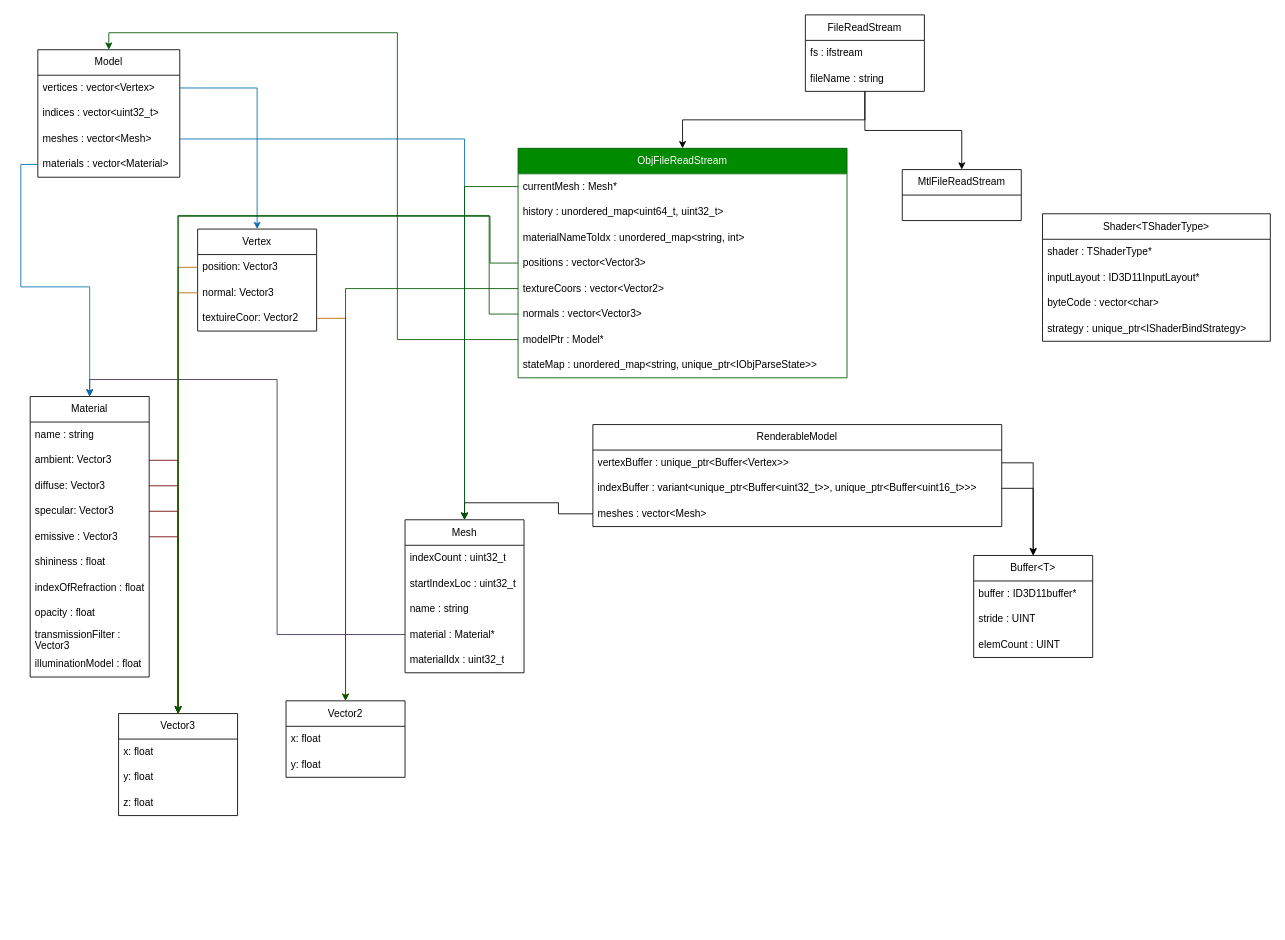
Earlier version of the draw.io diagram VisualAlgorithmCore/docs/VisualAlgorithmCore_구조도.drawio.xml (Ushio-Hayase/VisualAlgorithm). Source tidied: cells renumbered, new cells numbered last; positions are measured from the earlier drawing's top-left corner, leaving out a move shared by most shapes. Both pictures are drawn from the tidied source at 85%, with x=0, y=0 at pixel (30, 14).
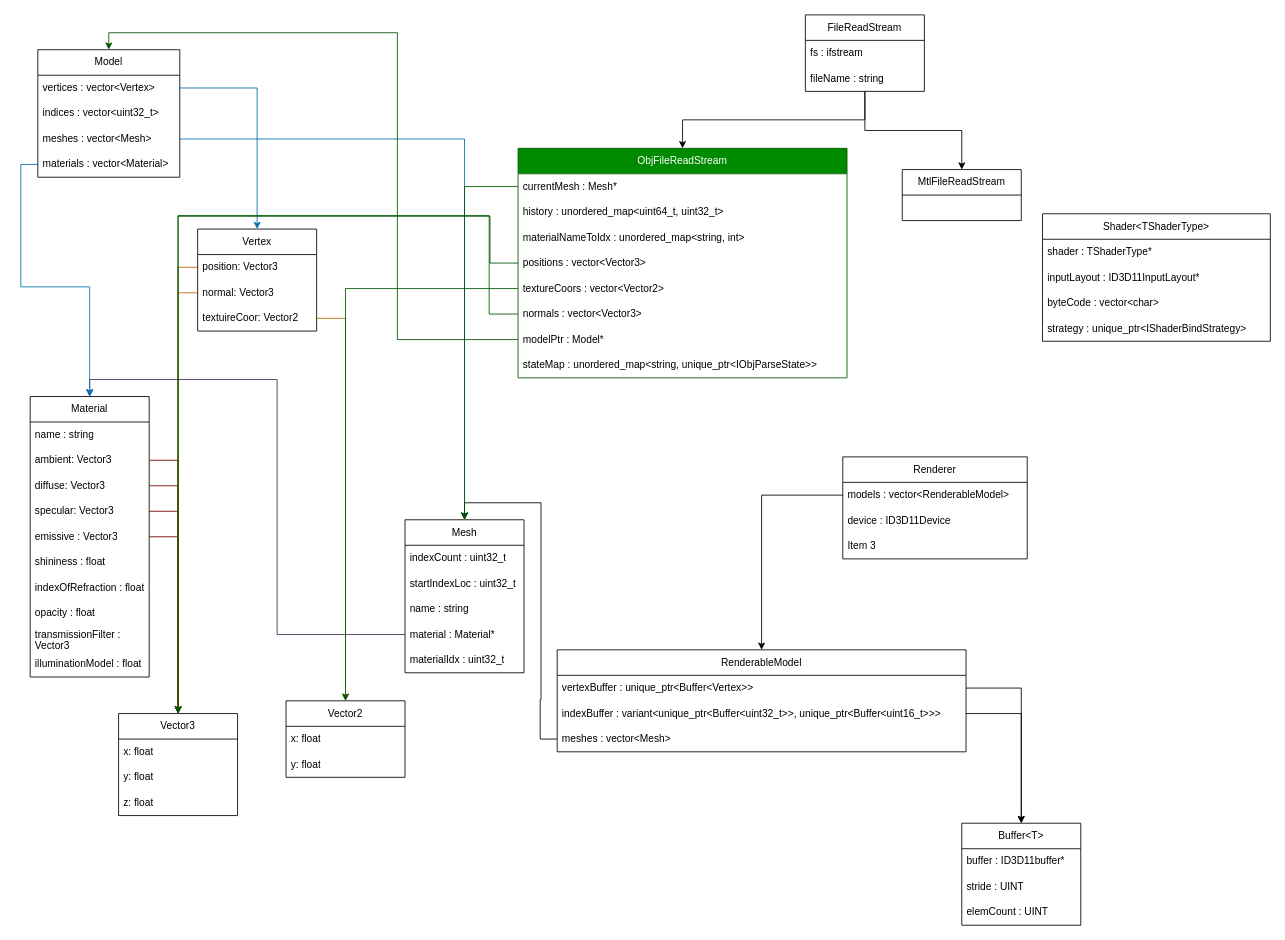
The same page after the edit.

The edit, as a diff of the source:
```diff
@@
     <mxCell id="54" value="Buffer&amp;lt;T&amp;gt;" style="swimlane;fontStyle=0;horizontal=1;startSize=30;whiteSpace=wrap;html=1;" parent="1" vertex="1">
-      <mxGeometry x="1110" y="636" width="140" height="120" as="geometry" />
+      <mxGeometry x="1096" y="951" width="140" height="120" as="geometry" />
     </mxCell>
@@
     <mxCell id="58" value="RenderableModel" style="swimlane;fontStyle=0;horizontal=1;startSize=30;whiteSpace=wrap;html=1;" parent="1" vertex="1">
-      <mxGeometry x="662" y="482" width="481" height="120" as="geometry" />
+      <mxGeometry x="620" y="747" width="481" height="120" as="geometry" />
     </mxCell>
@@
+    <mxCell id="82" value="Renderer" style="swimlane;fontStyle=0;horizontal=1;startSize=30;whiteSpace=wrap;html=1;" parent="1" vertex="1">
+      <mxGeometry x="956" y="520" width="217" height="120" as="geometry" />
+    </mxCell>
+    <mxCell id="83" value="models : vector&amp;lt;RenderableModel&amp;gt;" style="text;strokeColor=none;fillColor=none;align=left;verticalAlign=middle;spacingLeft=4;spacingRight=4;overflow=hidden;points=[[0,0.5],[1,0.5]];portConstraint=eastwest;whiteSpace=wrap;html=1;" parent="82" vertex="1">
+      <mxGeometry y="30" width="217" height="30" as="geometry" />
+    </mxCell>
+    <mxCell id="84" value="device : ID3D11Device" style="text;strokeColor=none;fillColor=none;align=left;verticalAlign=middle;spacingLeft=4;spacingRight=4;overflow=hidden;whiteSpace=wrap;html=1;" parent="82" vertex="1">
+      <mxGeometry y="60" width="217" height="30" as="geometry" />
+    </mxCell>
+    <mxCell id="85" value="Item 3" style="text;strokeColor=none;fillColor=none;align=left;verticalAlign=middle;spacingLeft=4;spacingRight=4;overflow=hidden;whiteSpace=wrap;html=1;" parent="82" vertex="1">
+      <mxGeometry y="90" width="217" height="30" as="geometry" />
+    </mxCell>
+    <mxCell id="86" style="edgeStyle=orthogonalEdgeStyle;rounded=0;jettySize=auto;html=1;" parent="1" edge="1" source="83" target="58">
+      <mxGeometry relative="1" as="geometry" />
+    </mxCell>
```
